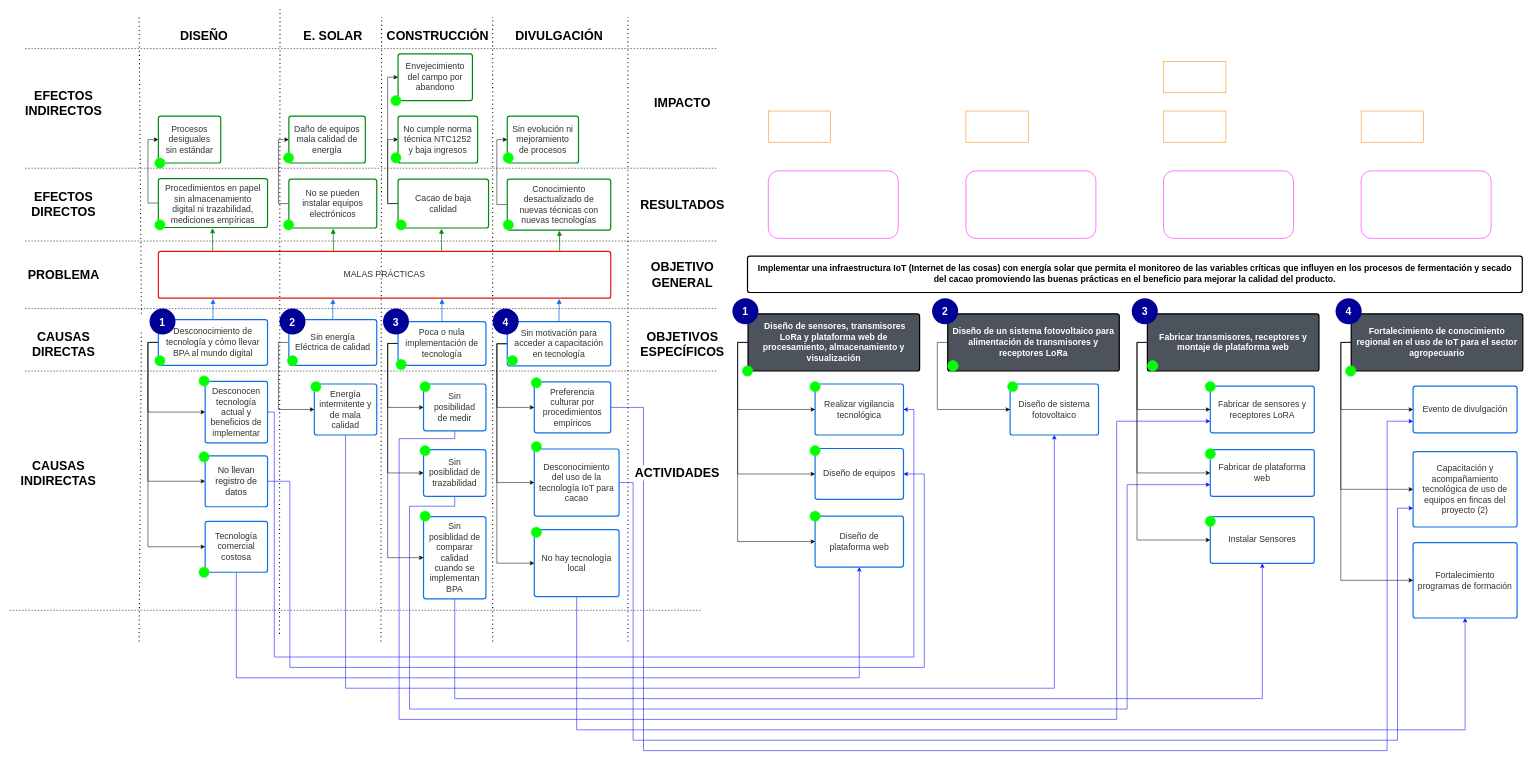
Above: page "Arbol de problemas" (1 of 2) of Diagrama sin título.drawio in LeonDV/documentacion (draw.io), before the change. Source tidied: cells renumbered, new cells numbered last; positions are measured from the earlier drawing's top-left corner, leaving out a move shared by most shapes. Both pictures are drawn from the tidied source at 52%, with x=0, y=0 at pixel (9, 9).
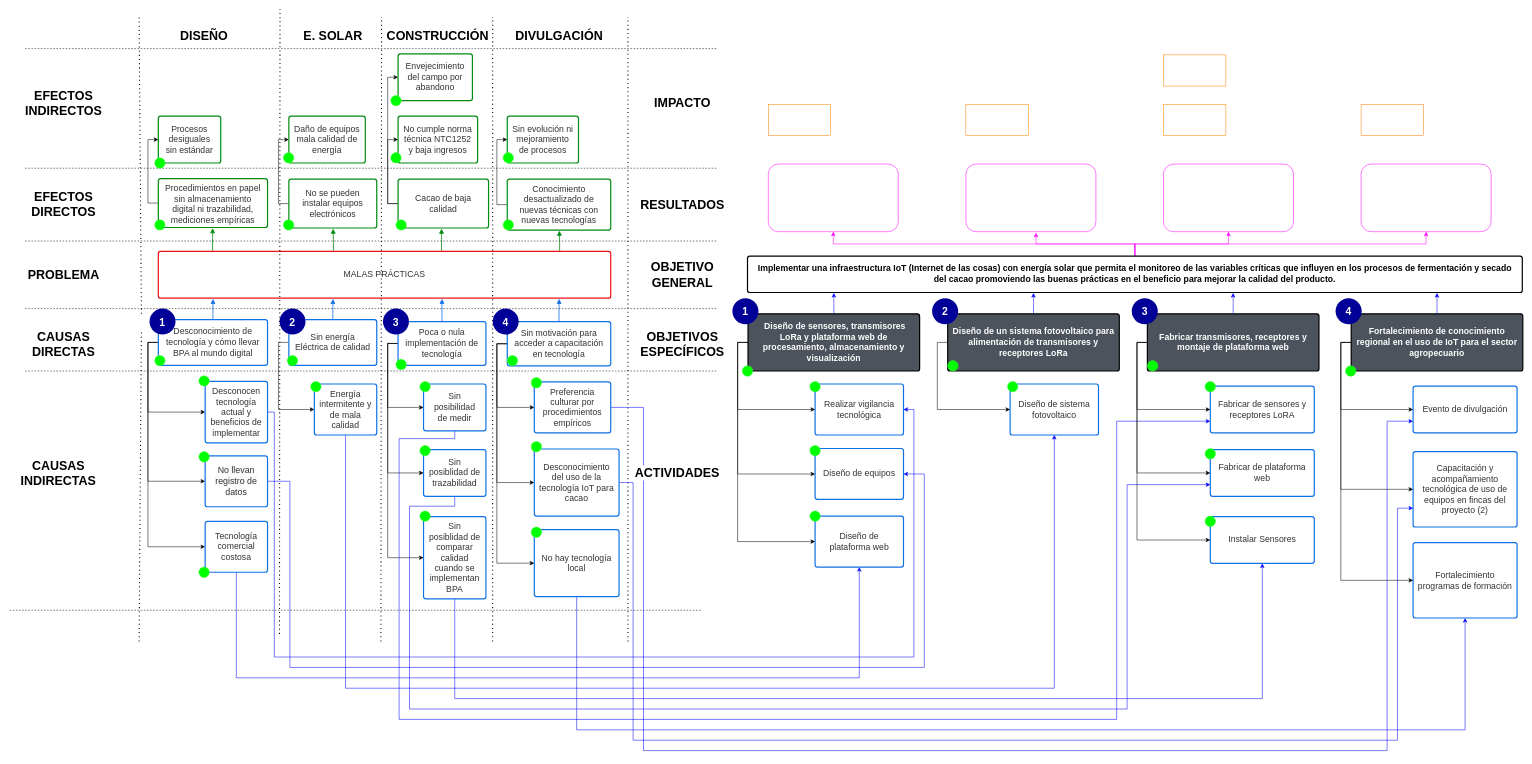
Above is the later version.

Unchanged cells that the change refers to:
```xml
<mxCell id="76" value="&amp;nbsp;Diseño de sensores, transmisores LoRa y plataforma web de procesamiento, almacenamiento y visualización" style="html=1;overflow=block;blockSpacing=1;whiteSpace=wrap;fontSize=16.7;fontColor=#ffffff;fontStyle=1;align=center;spacing=9;strokeOpacity=100;fillOpacity=100;rounded=1;absoluteArcSize=1;arcSize=9;fillColor=#4c535d;strokeWidth=2.3;" parent="75" vertex="1">
  <mxGeometry x="30" y="30" width="330" height="110" as="geometry" />
</mxCell>
<mxCell id="80" value="Diseño de un sistema fotovoltaico para alimentación de transmisores y receptores LoRa" style="html=1;overflow=block;blockSpacing=1;whiteSpace=wrap;fontSize=16.7;fontColor=#ffffff;fontStyle=1;align=center;spacing=9;strokeOpacity=100;fillOpacity=100;rounded=1;absoluteArcSize=1;arcSize=9;fillColor=#4c535d;strokeWidth=2.3;" parent="79" vertex="1">
  <mxGeometry x="30" y="30" width="330" height="110" as="geometry" />
</mxCell>
<mxCell id="84" value="Fabricar transmisores, receptores y montaje de plataforma web" style="html=1;overflow=block;blockSpacing=1;whiteSpace=wrap;fontSize=16.7;fontColor=#ffffff;fontStyle=1;align=center;spacing=9;strokeOpacity=100;fillOpacity=100;rounded=1;absoluteArcSize=1;arcSize=9;fillColor=#4c535d;strokeWidth=2.3;" parent="83" vertex="1">
  <mxGeometry x="-111" y="30" width="330" height="110" as="geometry" />
</mxCell>
<mxCell id="88" value="Fortalecimiento de conocimiento regional en el uso de IoT para el sector agropecuario" style="html=1;overflow=block;blockSpacing=1;whiteSpace=wrap;fontSize=16.7;fontColor=#ffffff;fontStyle=1;align=center;spacing=9;strokeOpacity=100;fillOpacity=100;rounded=1;absoluteArcSize=1;arcSize=9;fillColor=#4c535d;strokeWidth=2.3;" parent="87" vertex="1">
  <mxGeometry x="30" y="30" width="330" height="110" as="geometry" />
</mxCell>
<mxCell id="105" value="Implementar una infraestructura IoT (Internet de las cosas) con energía solar que permita el monitoreo de las variables críticas que influyen en los procesos de fermentación y secado del cacao promoviendo las buenas prácticas en el beneficio para mejorar la calidad del producto." style="html=1;overflow=block;blockSpacing=1;whiteSpace=wrap;fontSize=16.7;fontColor=#000000;fontStyle=1;align=center;spacing=9;strokeOpacity=100;fillOpacity=100;rounded=1;absoluteArcSize=1;arcSize=9;fillColor=#FFFFFF;strokeWidth=2.3;" parent="1" vertex="1">
  <mxGeometry x="1420" y="475.1" width="1490" height="69.9" as="geometry" />
</mxCell>
```

Change to the diagram source:
```diff
@@
+    <mxCell id="165" style="edgeStyle=orthogonalEdgeStyle;rounded=0;jettySize=auto;html=1;exitX=0.5;exitY=0;exitDx=0;exitDy=0;strokeColor=#FF00FF;fontFamily=Helvetica;fontSize=12;fontColor=default;" parent="1" edge="1" source="105" target="121">
+      <mxGeometry relative="1" as="geometry" />
+    </mxCell>
+    <mxCell id="166" style="edgeStyle=orthogonalEdgeStyle;rounded=0;jettySize=auto;html=1;exitX=0.5;exitY=0;exitDx=0;exitDy=0;entryX=0.539;entryY=1.015;entryDx=0;entryDy=0;entryPerimeter=0;strokeColor=#FF00FF;fontFamily=Helvetica;fontSize=12;fontColor=default;" parent="1" edge="1" source="105" target="122">
+      <mxGeometry relative="1" as="geometry" />
+    </mxCell>
+    <mxCell id="167" style="edgeStyle=orthogonalEdgeStyle;rounded=0;jettySize=auto;html=1;exitX=0.5;exitY=0;exitDx=0;exitDy=0;entryX=0.5;entryY=1;entryDx=0;entryDy=0;strokeColor=#FF00FF;fontFamily=Helvetica;fontSize=12;fontColor=default;" parent="1" edge="1" source="105" target="123">
+      <mxGeometry relative="1" as="geometry" />
+    </mxCell>
+    <mxCell id="168" style="edgeStyle=orthogonalEdgeStyle;rounded=0;jettySize=auto;html=1;exitX=0.5;exitY=0;exitDx=0;exitDy=0;entryX=0.5;entryY=1;entryDx=0;entryDy=0;strokeColor=#FF00FF;fontFamily=Helvetica;fontSize=12;fontColor=default;" parent="1" edge="1" source="105" target="124">
+      <mxGeometry relative="1" as="geometry" />
+    </mxCell>
@@
     <mxCell id="121" style="rounded=1;whiteSpace=wrap;html=1;labelBackgroundColor=none;fontSize=20;fontColor=#000000;fillColor=#FFFFFF;strokeColor=#FF00FF;" parent="1" vertex="1">
-      <mxGeometry x="1460" y="311" width="250" height="130" as="geometry" />
+      <mxGeometry x="1460" y="298" width="250" height="130" as="geometry" />
     </mxCell>
     <mxCell id="122" style="rounded=1;whiteSpace=wrap;html=1;labelBackgroundColor=none;fontSize=20;fontColor=#000000;fillColor=#FFFFFF;strokeColor=#FF00FF;" parent="1" vertex="1">
-      <mxGeometry x="1840" y="311" width="250" height="130" as="geometry" />
+      <mxGeometry x="1840" y="298" width="250" height="130" as="geometry" />
     </mxCell>
     <mxCell id="123" style="rounded=1;whiteSpace=wrap;html=1;labelBackgroundColor=none;fontSize=20;fontColor=#000000;fillColor=#FFFFFF;strokeColor=#FF00FF;" parent="1" vertex="1">
-      <mxGeometry x="2220" y="311" width="250" height="130" as="geometry" />
+      <mxGeometry x="2220" y="298" width="250" height="130" as="geometry" />
     </mxCell>
     <mxCell id="124" style="rounded=1;whiteSpace=wrap;html=1;labelBackgroundColor=none;fontSize=20;fontColor=#000000;fillColor=#FFFFFF;strokeColor=#FF00FF;" parent="1" vertex="1">
-      <mxGeometry x="2600" y="311" width="250" height="130" as="geometry" />
+      <mxGeometry x="2600" y="298" width="250" height="130" as="geometry" />
     </mxCell>
     <mxCell id="125" style="rounded=0;whiteSpace=wrap;html=1;labelBackgroundColor=none;strokeColor=#FF8000;fontSize=20;fontColor=#000000;fillColor=#FFFFFF;" parent="1" vertex="1">
-      <mxGeometry x="1460" y="196" width="120" height="60" as="geometry" />
+      <mxGeometry x="1460" y="183" width="120" height="60" as="geometry" />
     </mxCell>
     <mxCell id="126" style="rounded=0;whiteSpace=wrap;html=1;labelBackgroundColor=none;strokeColor=#FF8000;fontSize=20;fontColor=#000000;fillColor=#FFFFFF;" parent="1" vertex="1">
-      <mxGeometry x="1840" y="196" width="120" height="60" as="geometry" />
+      <mxGeometry x="1840" y="183" width="120" height="60" as="geometry" />
     </mxCell>
     <mxCell id="127" style="rounded=0;whiteSpace=wrap;html=1;labelBackgroundColor=none;strokeColor=#FF8000;fontSize=20;fontColor=#000000;fillColor=#FFFFFF;" parent="1" vertex="1">
-      <mxGeometry x="2220" y="196" width="120" height="60" as="geometry" />
+      <mxGeometry x="2220" y="183" width="120" height="60" as="geometry" />
     </mxCell>
     <mxCell id="128" style="rounded=0;whiteSpace=wrap;html=1;labelBackgroundColor=none;strokeColor=#FF8000;fontSize=20;fontColor=#000000;fillColor=#FFFFFF;" parent="1" vertex="1">
-      <mxGeometry x="2220" y="101" width="120" height="60" as="geometry" />
+      <mxGeometry x="2220" y="88" width="120" height="60" as="geometry" />
     </mxCell>
     <mxCell id="129" style="rounded=0;whiteSpace=wrap;html=1;labelBackgroundColor=none;strokeColor=#FF8000;fontSize=20;fontColor=#000000;fillColor=#FFFFFF;" parent="1" vertex="1">
-      <mxGeometry x="2600" y="196" width="120" height="60" as="geometry" />
+      <mxGeometry x="2600" y="183" width="120" height="60" as="geometry" />
     </mxCell>
@@
+    <mxCell id="169" style="edgeStyle=orthogonalEdgeStyle;rounded=0;jettySize=auto;html=1;exitX=0.5;exitY=0;exitDx=0;exitDy=0;strokeColor=#0000FF;fontFamily=Helvetica;fontSize=12;fontColor=default;" parent="1" edge="1" source="76">
+      <mxGeometry relative="1" as="geometry">
+        <mxPoint x="1586.1" y="546" as="targetPoint" />
+      </mxGeometry>
+    </mxCell>
+    <mxCell id="170" style="edgeStyle=orthogonalEdgeStyle;rounded=0;jettySize=auto;html=1;exitX=0.5;exitY=0;exitDx=0;exitDy=0;strokeColor=#0000FF;fontFamily=Helvetica;fontSize=12;fontColor=default;" parent="1" edge="1" source="80">
+      <mxGeometry relative="1" as="geometry">
+        <mxPoint x="1970" y="546" as="targetPoint" />
+      </mxGeometry>
+    </mxCell>
+    <mxCell id="171" style="edgeStyle=orthogonalEdgeStyle;rounded=0;jettySize=auto;html=1;exitX=0.5;exitY=0;exitDx=0;exitDy=0;strokeColor=#0000FF;fontFamily=Helvetica;fontSize=12;fontColor=default;" parent="1" edge="1" source="84">
+      <mxGeometry relative="1" as="geometry">
+        <mxPoint x="2353.8" y="546" as="targetPoint" />
+      </mxGeometry>
+    </mxCell>
+    <mxCell id="172" style="edgeStyle=orthogonalEdgeStyle;rounded=0;jettySize=auto;html=1;strokeColor=#0000FF;fontFamily=Helvetica;fontSize=12;fontColor=default;" parent="1" edge="1" source="88">
+      <mxGeometry relative="1" as="geometry">
+        <mxPoint x="2746" y="546" as="targetPoint" />
+      </mxGeometry>
+    </mxCell>
```
